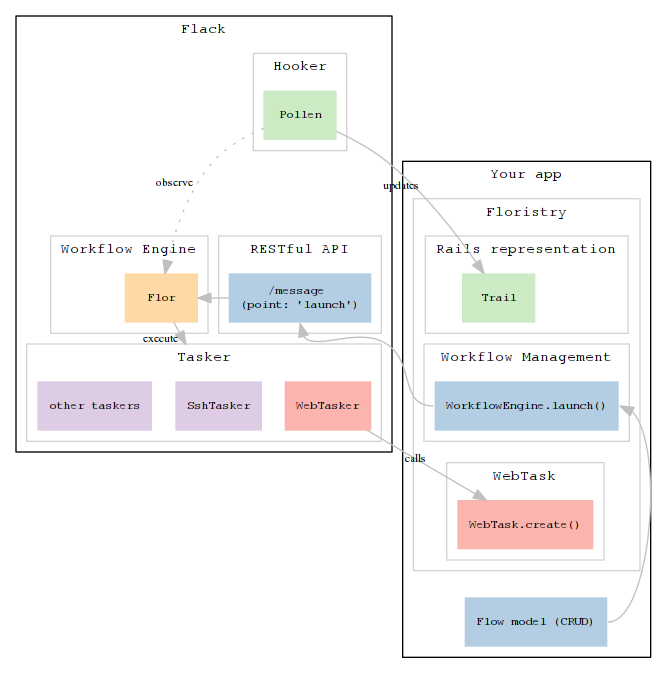
Before: arch.png, a diagram exported from Graphviz (mantor/floristry). Its source is kept beside it as arch.dot. The source it was exported from:
```dot
digraph Floristry {
    rankdir=TB;

    graph [fontsize=11 fontname="courier" compound=true];
    node [shape=record fontsize=9 fontname="Courier"];

    node [colorscheme=pastel19,style=filled];
    edge [fontsize=9,color=gray];
    fontname = "Courier";

    # Web Tasker
    {
        node [fillcolor=1, color=1];

        webtasker [label="WebTasker"];
        webtask [label="WebTask.create()"];

        webtasker -> webtask [xlabel="calls",labeljust="l"];
    }

    # Workflow Management
    {
        node [fillcolor=2, color=2];

        launch_flows [label="WorkflowEngine.launch()"];
        flack_api [label="/message \n(point: 'launch')"];
        flow_model [label="Flow model (CRUD)"];

        flow_model:e -> launch_flows:e;
        launch_flows:w -> flack_api:s; #[color=red,penwidth=3.0]; # Highlight
    }

    # Trail
    {
        node [fillcolor=3, color=3];


        pollen [label="Pollen"];
        trail [label="Trail"];

        pollen -> trail [xlabel="updates"];
    }

    # Workflow Engine
    {
        node [fillcolor=5, color=5];

        flor [label="Flor"];
    }

    # Taskers
    {
        node [fillcolor=4, color=4];

        sshtasker [label="SshTasker"];
        xyztasker [label="other taskers"]
    }

    subgraph cluster_flack {
        label = "Flack";
				subgraph cluster_flor {
						label = "Workflow Engine";
						color = lightgrey;

						flor;
				}

        subgraph cluster_flackmgmt {
            label = "RESTful API";
            color = lightgrey;

            flack_api;
        }

        subgraph cluster_observer {
            label = "Hooker";
            color = lightgrey;

            pollen;
        }

        subgraph cluster_tasker {
            label = "Tasker";
            color = lightgrey;

            sshtasker;
            webtasker;
            xyztasker;
        }

        flor;

        flack_api -> flor;
        flor -> sshtasker [xlabel="execute",lhead=cluster_tasker];
        pollen -> flor [style=dotted,arrowType=invodot,xlabel="observe"];

        edge[style=invis];
        flor -> flack_api;
        pollen -> flack_api;
    }


    # Your App
    subgraph cluster_yourapp {
        label = "Your app"

        # Floristry
        subgraph cluster_floristry {
            label = "Floristry";
            color = lightgrey;

            subgraph cluster_WorkflowMgmt {
                label = "Workflow Management";
                color = lightgrey;

                launch_flows;
            }

            subgraph cluster_representation {
                label = "Rails representation";
                color = lightgrey;

                trail;
            }

            subgraph cluster_webtask {
                label = "WebTask";
                color = lightgrey;

                webtask;
            }

            edge[style=invis];
            trail -> launch_flows -> webtask;
        }

        flow_model;

        edge[style=invis];
        webtask -> flow_model;
    }
  #cd0 -> ca0 [ltail=clusterA, lhead=clusterD]; # arrows to structures
}
```
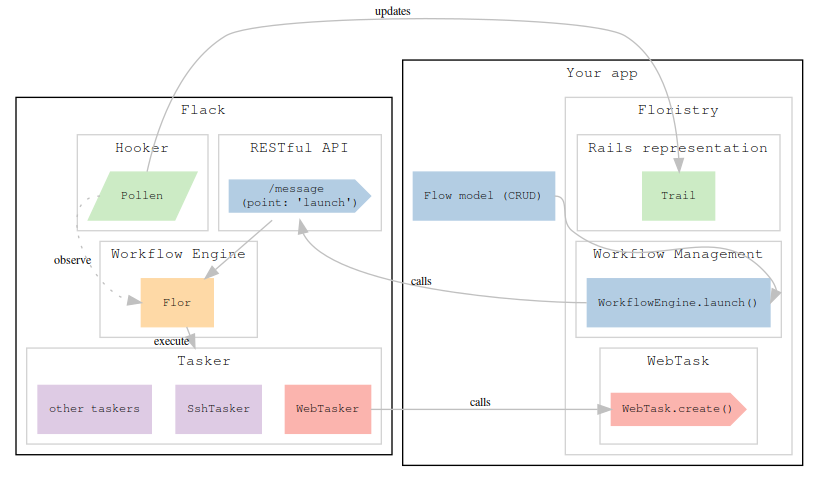
After the change.

What changed in the source:
```diff
@@ -2,8 +2,7 @@
     rankdir=TB;
 
     graph [fontsize=11 fontname="courier" compound=true];
-    node [shape=record fontsize=9 fontname="Courier"];
-
+    node [shape=box fontsize=9 fontname="Courier"];
     node [colorscheme=pastel19,style=filled];
     edge [fontsize=9,color=gray];
     fontname = "Courier";
@@ -13,9 +12,9 @@
         node [fillcolor=1, color=1];
 
         webtasker [label="WebTasker"];
-        webtask [label="WebTask.create()"];
+        webtask [label="WebTask.create()", shape=cds];
 
-        webtasker -> webtask [xlabel="calls",labeljust="l"];
+        webtasker -> webtask [xlabel="calls",labeljust="l",constraint=false];
     }
 
     # Workflow Management
@@ -23,22 +22,21 @@
         node [fillcolor=2, color=2];
 
         launch_flows [label="WorkflowEngine.launch()"];
-        flack_api [label="/message \n(point: 'launch')"];
+        flack_api [label="/message \n(point: 'launch')", shape=cds];
         flow_model [label="Flow model (CRUD)"];
 
-        flow_model:e -> launch_flows:e;
-        launch_flows:w -> flack_api:s; #[color=red,penwidth=3.0]; # Highlight
+        launch_flows:w -> flack_api:s [xlabel="calls", constraint=false]; //[color=red,penwidth=3.0];
     }
 
     # Trail
     {
         node [fillcolor=3, color=3];
 
+        pollen [label="Pollen", shape=parallelogram];
 
-        pollen [label="Pollen"];
         trail [label="Trail"];
 
-        pollen -> trail [xlabel="updates"];
+        pollen -> trail [xlabel="updates",constraint=false];
     }
 
     # Workflow Engine
@@ -58,12 +56,13 @@
 
     subgraph cluster_flack {
         label = "Flack";
-				subgraph cluster_flor {
-						label = "Workflow Engine";
-						color = lightgrey;
 
-						flor;
-				}
+		subgraph cluster_flor {
+			label = "Workflow Engine";
+			color = lightgrey;
+
+			flor;
+		}
 
         subgraph cluster_flackmgmt {
             label = "RESTful API";
@@ -90,13 +89,10 @@
 
         flor;
 
-        flack_api -> flor;
+        flack_api -> flor [constraint=false];
         flor -> sshtasker [xlabel="execute",lhead=cluster_tasker];
-        pollen -> flor [style=dotted,arrowType=invodot,xlabel="observe"];
+        pollen:w -> flor:w [style=dotted,arrowType=invodot,xlabel="observe"];
 
-        edge[style=invis];
-        flor -> flack_api;
-        pollen -> flack_api;
     }
 
 
@@ -135,9 +131,7 @@
         }
 
         flow_model;
+		flow_model:e -> launch_flows:e;
 
-        edge[style=invis];
-        webtask -> flow_model;
     }
-  #cd0 -> ca0 [ltail=clusterA, lhead=clusterD]; # arrows to structures
 }
```
